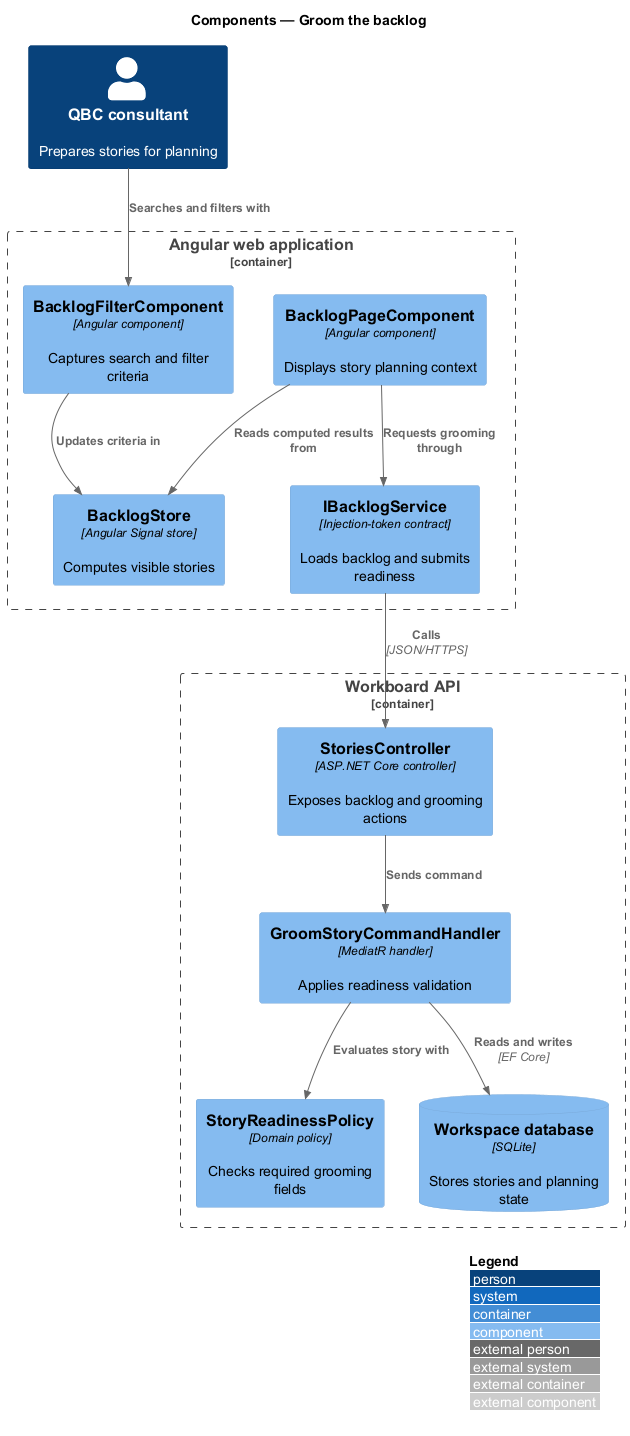
This is docs/detailed-designs/planning/groom-backlog/diagrams/c4-component.png from QuinntyneBrown/quinntyne-brown-consulting, a PlantUML export, as it was before one commit.
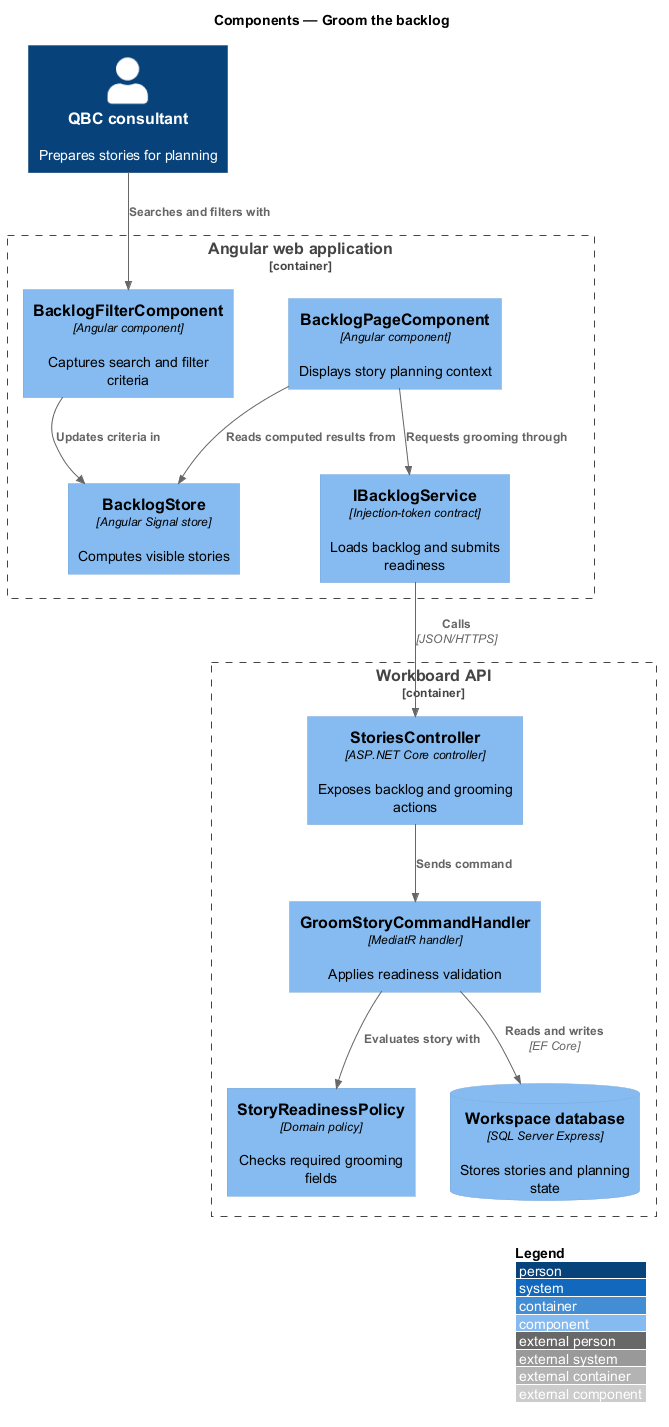
The same file after the commit.

Change to the diagram source:
```diff
@@ -14,7 +14,7 @@
   Component(controller, "StoriesController", "ASP.NET Core controller", "Exposes backlog and grooming actions")
   Component(handler, "GroomStoryCommandHandler", "MediatR handler", "Applies readiness validation")
   Component(policy, "StoryReadinessPolicy", "Domain policy", "Checks required grooming fields")
-  ComponentDb(db, "Workspace database", "SQLite", "Stores stories and planning state")
+  ComponentDb(db, "Workspace database", "SQL Server Express", "Stores stories and planning state")
 }
 
 Rel(consultant, filter, "Searches and filters with")
```
